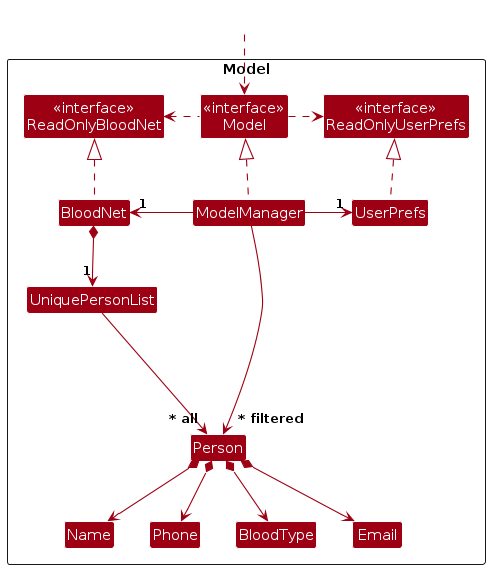
Above: diagrams/ModelClassDiagram.png in AY2526S1-CS2103T-T16-4/tp (PlantUML), before the change. Its source is kept beside it as diagrams/ModelClassDiagram.puml.
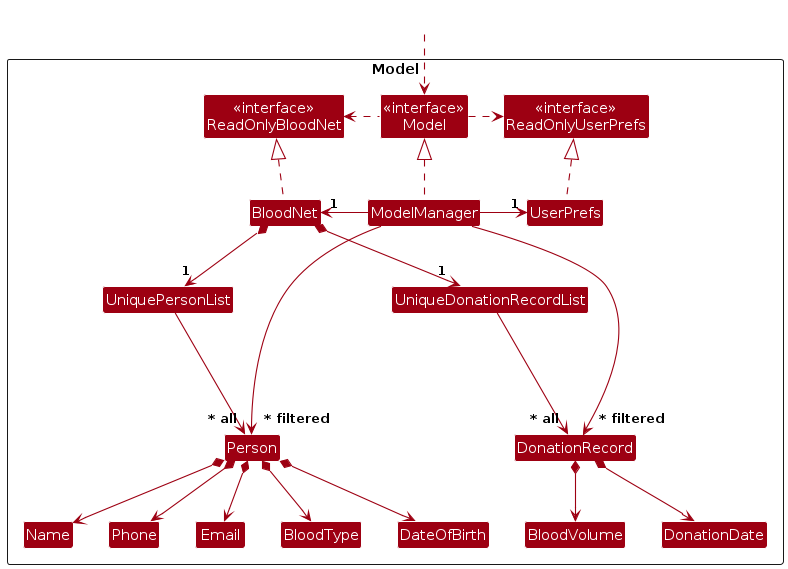
The same file after the commit.

What changed in the source:
```diff
@@ -14,10 +14,16 @@
 
 Class UniquePersonList
 Class Person
-Class BloodType
-Class Email
 Class Name
 Class Phone
+Class Email
+Class BloodType
+Class DateOfBirth
+
+Class UniqueDonationRecordList
+Class DonationRecord
+Class DonationDate
+Class BloodVolume
 
 Class I #FFFFFF
 }
@@ -40,13 +46,19 @@
 Person *--> Phone
 Person *--> Email
 Person *--> BloodType
+Person *--> DateOfBirth
+
+BloodNet *--> "1" UniqueDonationRecordList
+UniqueDonationRecordList --> "~* all" DonationRecord
+DonationRecord *--> DonationDate
+DonationRecord *--> BloodVolume
 
 Person -[hidden]up--> I
 UniquePersonList -[hidden]right-> I
 
-Name -[hidden]right-> Phone
-Phone -[hidden]right-> BloodType
-BloodType -[hidden]right-> Email
+DonationRecord -[hidden]up--> I
+UniqueDonationRecordList -[hidden]right-> I
 
 ModelManager --> "~* filtered" Person
+ModelManager --> "~* filtered" DonationRecord
 @enduml
```
